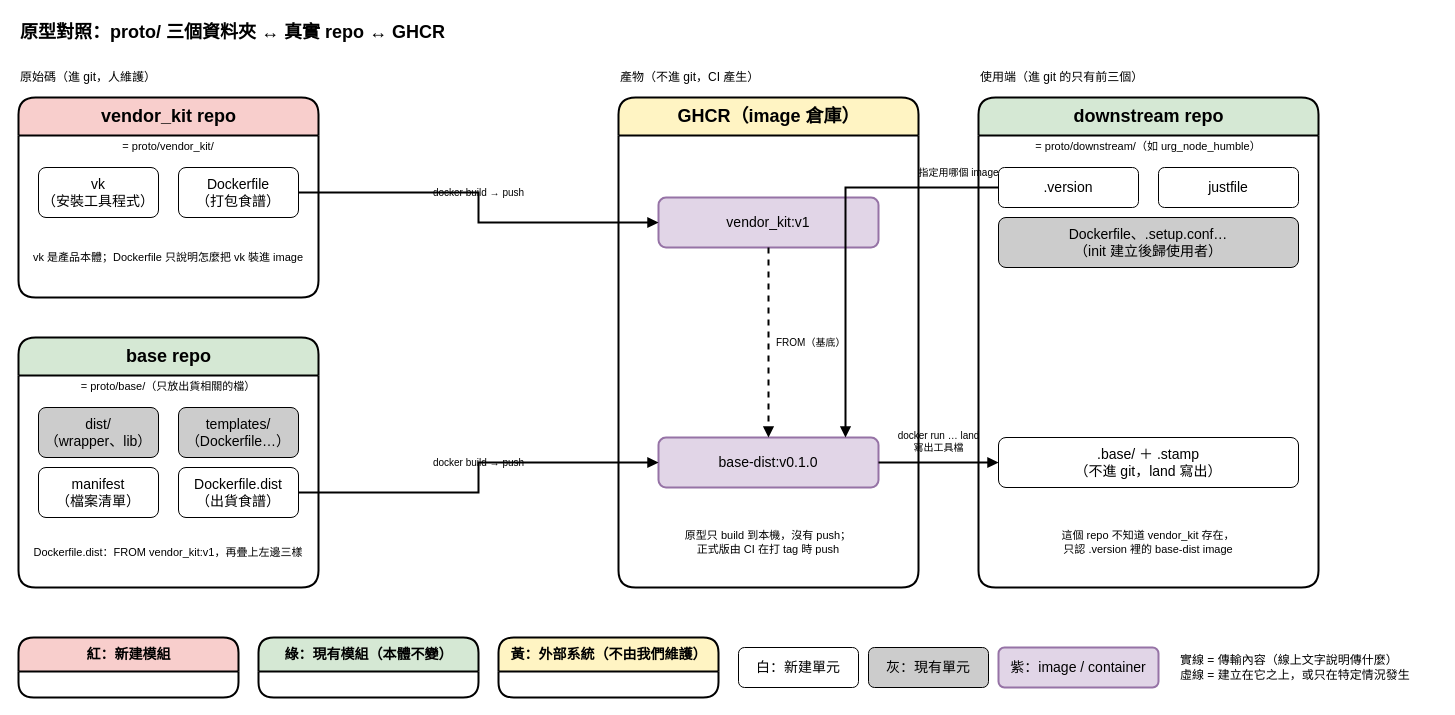
The draw.io diagram page "7. 原型對照" (7 of 7) of dist_distribution.drawio in ycpss91255-research/vendor_kit, before the edit. Source tidied: cells renumbered, new cells numbered last; positions are measured from the earlier drawing's top-left corner, leaving out a move shared by most shapes. Both pictures are drawn from the tidied source at 100%, with x=0, y=0 at pixel (18, 17).
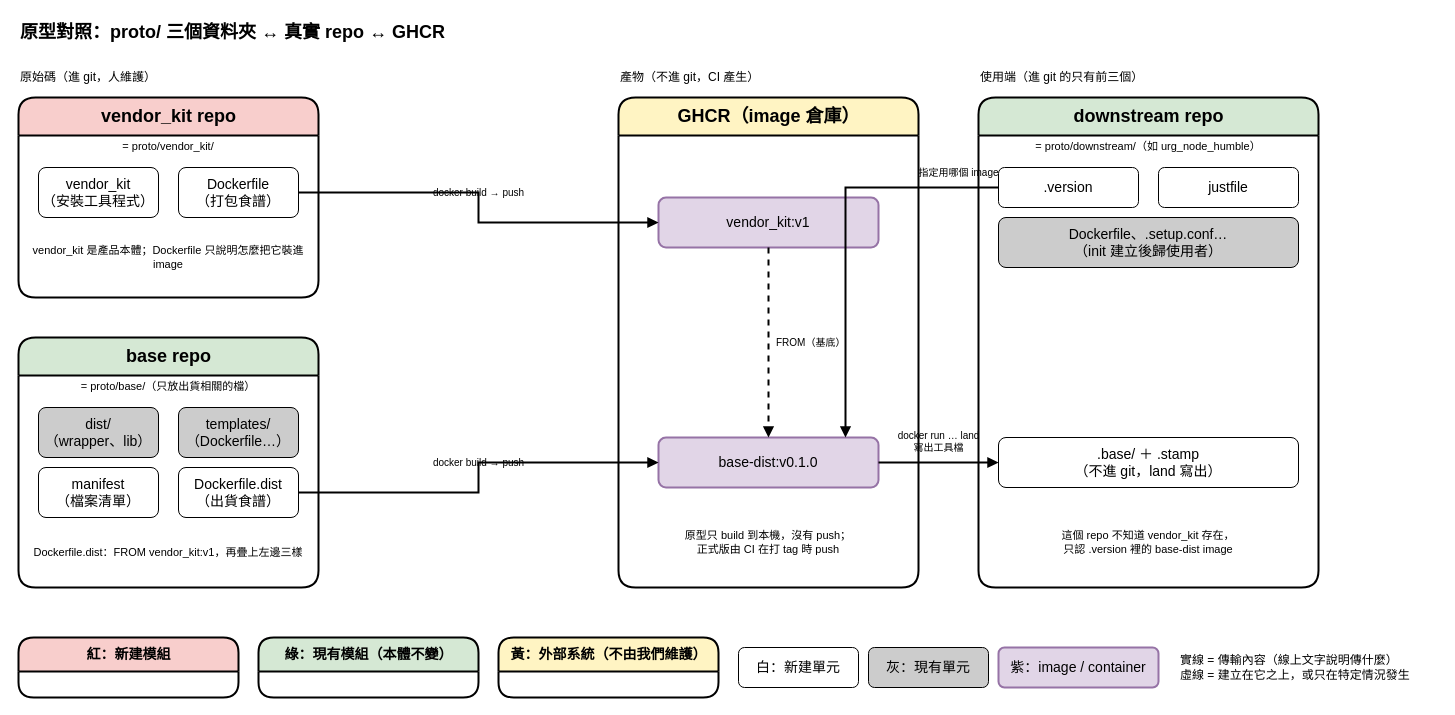
After the change.

Commit message:
docs(drawio): 第 7 頁 vk 改為完整名稱 vendor_kit

Unchanged cells that the change refers to:
```xml
<mxCell id="6" value="vendor_kit repo" style="swimlane;html=1;rounded=1;startSize=38;fontStyle=1;fontSize=18;fillColor=#f8cecc;swimlaneFillColor=#ffffff;strokeColor=#000000;strokeWidth=2;" parent="1" vertex="1">
  <mxGeometry y="80" width="300" height="200" as="geometry" />
</mxCell>
```

What changed in the source:
```diff
@@
-    <mxCell id="8" value="vk&lt;br&gt;（安裝工具程式）" style="rounded=1;whiteSpace=wrap;html=1;fillColor=#ffffff;strokeColor=light-dark(#000000,#9577A3);fontSize=14;strokeWidth=1;" parent="6" vertex="1">
+    <mxCell id="8" value="vendor_kit&lt;br&gt;（安裝工具程式）" style="rounded=1;whiteSpace=wrap;html=1;fillColor=#ffffff;strokeColor=light-dark(#000000,#9577A3);fontSize=14;strokeWidth=1;" parent="6" vertex="1">
       <mxGeometry x="20" y="70" width="120" height="50" as="geometry" />
     </mxCell>
@@
-    <mxCell id="10" value="vk 是產品本體；Dockerfile 只說明怎麼把 vk 裝進 image" style="text;html=1;whiteSpace=wrap;align=center;verticalAlign=middle;fontSize=11;strokeColor=none;fillColor=none;" parent="6" vertex="1">
+    <mxCell id="10" value="vendor_kit 是產品本體；Dockerfile 只說明怎麼把它裝進 image" style="text;html=1;whiteSpace=wrap;align=center;verticalAlign=middle;fontSize=11;strokeColor=none;fillColor=none;" parent="6" vertex="1">
       <mxGeometry x="10" y="135" width="280" height="50" as="geometry" />
     </mxCell>
```
